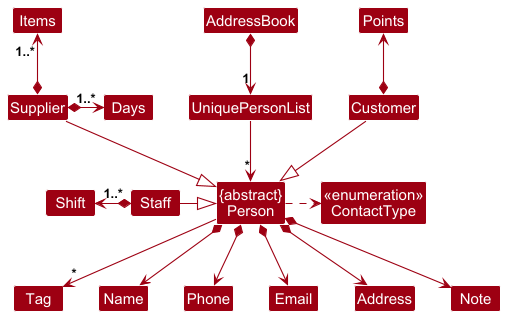
AY2526S1-CS2103T-T09-4/tp keeps this PlantUML diagram as docs/images/BetterModelClassDiagram.png. Above is the earlier version. Its diagram source:
```plantuml
@startuml
!include style.puml
skinparam arrowThickness 1.1
skinparam arrowColor MODEL_COLOR
skinparam classBackgroundColor MODEL_COLOR

Class "{abstract}\nPerson" as Person

Class "<<enumeration>>\nContactType" as ContactType

AddressBook *-down-> "1" UniquePersonList

UniquePersonList -down-> "*" Person

Person -down-> "*" Tag
Person .right.> ContactType

Person *--> Name
Person *--> Phone
Person *--> Email
Person *--> Address
Person *--> Note

Customer -down-|> Person
Staff -right-|> Person
Supplier --|> Person

Customer *-up-> Points

Supplier *-up-> "1..*" Items
Supplier *-right-> "1..*" Days

Staff *-left-> "1..*" Shift

@enduml
```
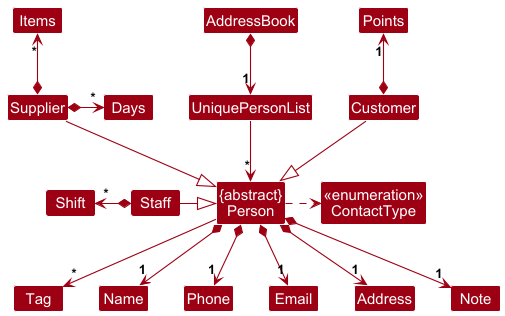
Later version of the same file.

The edit, as a diff of the source:
```diff
@@ -15,21 +15,21 @@
 Person -down-> "*" Tag
 Person .right.> ContactType
 
-Person *--> Name
-Person *--> Phone
-Person *--> Email
-Person *--> Address
-Person *--> Note
+Person *--> "1" Name
+Person *--> "1" Phone
+Person *--> "1" Email
+Person *--> "1" Address
+Person *--> "1" Note
 
 Customer -down-|> Person
 Staff -right-|> Person
 Supplier --|> Person
 
-Customer *-up-> Points
+Customer *-up-> "1" Points
 
-Supplier *-up-> "1..*" Items
-Supplier *-right-> "1..*" Days
+Supplier *-up-> "*" Items
+Supplier *-right-> "*" Days
 
-Staff *-left-> "1..*" Shift
+Staff *-left-> "*" Shift
 
 @enduml
```
